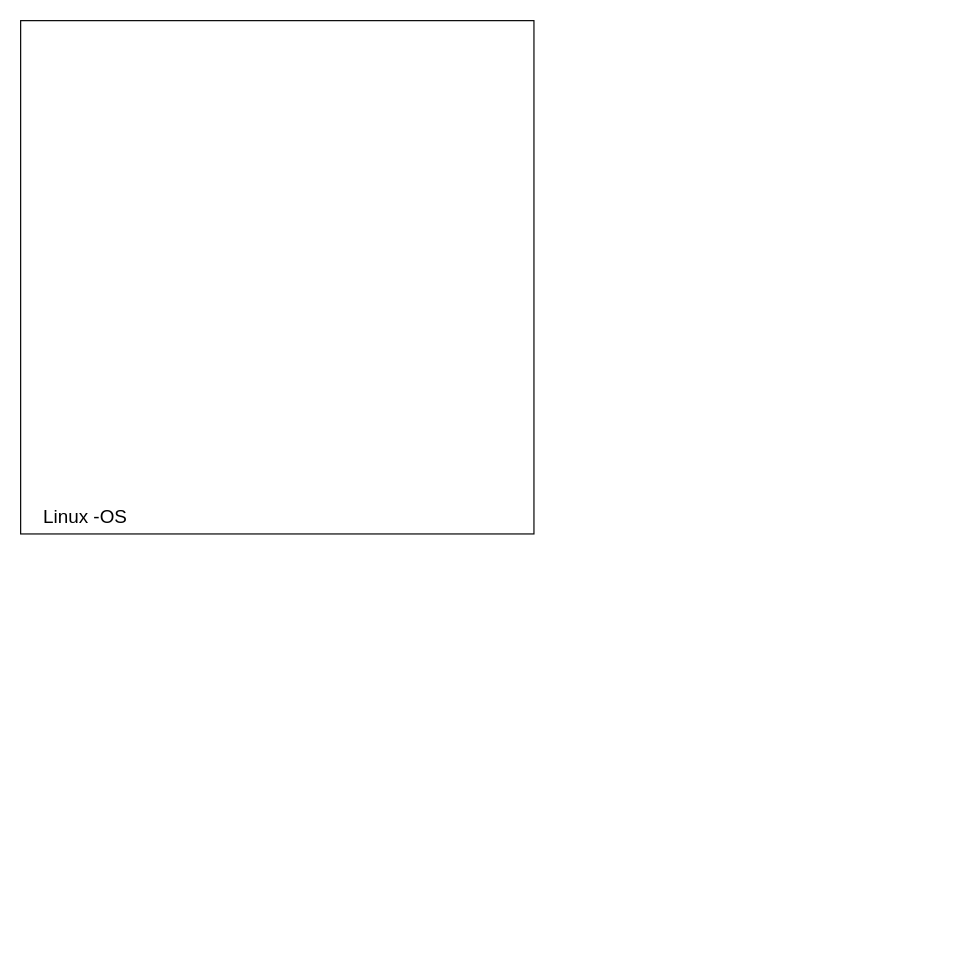
The draw.io diagram docs/diagrams.drawio in JuilletMikael/Labs, before the edit. Source tidied: cells renumbered, new cells numbered last; positions are measured from the earlier drawing's top-left corner, leaving out a move shared by most shapes. Both pictures are drawn from the tidied source at 118%, with x=0, y=0 at pixel (20, 20).
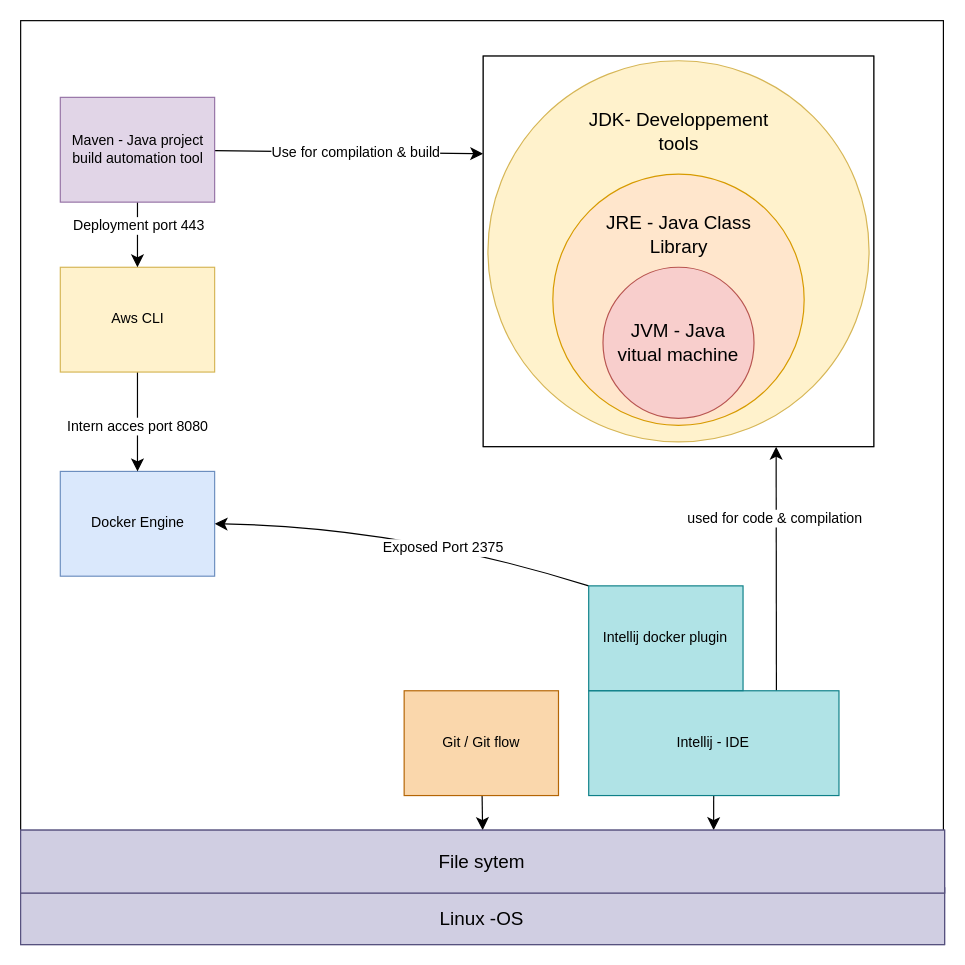
The same page after the edit.

Diff of the diagram source:
```diff
@@
     <mxCell id="2" style="whiteSpace=wrap;html=1;" parent="1" vertex="1">
-      <mxGeometry width="435" height="435" as="geometry" />
+      <mxGeometry width="782" height="782" as="geometry" />
     </mxCell>
+    <mxCell id="4" style="edgeStyle=none;curved=1;rounded=0;jettySize=auto;html=1;entryX=0.75;entryY=0;entryDx=0;entryDy=0;fontSize=12;startSize=8;endSize=8;" parent="1" edge="1" source="7" target="26">
+      <mxGeometry relative="1" as="geometry" />
+    </mxCell>
+    <mxCell id="5" style="edgeStyle=none;curved=1;rounded=0;jettySize=auto;html=1;exitX=0.75;exitY=0;exitDx=0;exitDy=0;entryX=0.75;entryY=1;entryDx=0;entryDy=0;fontSize=12;startSize=8;endSize=8;" parent="1" edge="1" source="7" target="29">
+      <mxGeometry relative="1" as="geometry" />
+    </mxCell>
+    <mxCell id="6" value="used for code &amp;amp; compilation" style="edgeLabel;html=1;align=center;verticalAlign=middle;fontSize=12;" parent="5" vertex="1">
+      <mxGeometry x="0.41" y="2" relative="1" as="geometry" />
+    </mxCell>
+    <mxCell id="7" value="Intellij - IDE" style="rounded=0;whiteSpace=wrap;html=1;fillColor=#b0e3e6;strokeColor=#0e8088;" parent="1" vertex="1">
+      <mxGeometry x="481.4" y="567.9" width="212.1" height="88.8" as="geometry" />
+    </mxCell>
+    <mxCell id="8" style="edgeStyle=none;curved=1;rounded=0;jettySize=auto;html=1;exitX=0;exitY=0;exitDx=0;exitDy=0;entryX=1;entryY=0.5;entryDx=0;entryDy=0;fontSize=12;startSize=8;endSize=8;" parent="1" edge="1" source="10" target="11">
+      <mxGeometry relative="1" as="geometry">
+        <Array as="points">
+          <mxPoint x="322" y="429" />
+        </Array>
+      </mxGeometry>
+    </mxCell>
+    <mxCell id="9" value="Exposed Port&amp;nbsp;2375" style="edgeLabel;html=1;align=center;verticalAlign=middle;fontSize=12;" parent="8" vertex="1">
+      <mxGeometry x="-0.21" y="6" relative="1" as="geometry" />
+    </mxCell>
+    <mxCell id="10" value="Intellij docker plugin" style="rounded=0;whiteSpace=wrap;html=1;fillColor=#b0e3e6;strokeColor=#0e8088;" parent="1" vertex="1">
+      <mxGeometry x="481.4" y="479" width="130.8" height="88.8" as="geometry" />
+    </mxCell>
+    <mxCell id="11" value="Docker Engine" style="rounded=0;whiteSpace=wrap;html=1;fillColor=#dae8fc;strokeColor=#6c8ebf;" parent="1" vertex="1">
+      <mxGeometry x="33.6" y="382" width="130.8" height="88.8" as="geometry" />
+    </mxCell>
+    <mxCell id="12" style="edgeStyle=none;curved=1;rounded=0;jettySize=auto;html=1;entryX=0.5;entryY=0;entryDx=0;entryDy=0;fontSize=12;startSize=8;endSize=8;" parent="1" edge="1" source="14" target="11">
+      <mxGeometry relative="1" as="geometry" />
+    </mxCell>
+    <mxCell id="13" value="Intern acces port 8080" style="edgeLabel;html=1;align=center;verticalAlign=middle;fontSize=12;" parent="12" vertex="1">
+      <mxGeometry x="0.1" y="-1" relative="1" as="geometry" />
+    </mxCell>
+    <mxCell id="14" value="Aws CLI" style="rounded=0;whiteSpace=wrap;html=1;fillColor=#fff2cc;strokeColor=#d6b656;" parent="1" vertex="1">
+      <mxGeometry x="33.6" y="209" width="130.8" height="88.8" as="geometry" />
+    </mxCell>
+    <mxCell id="15" style="edgeStyle=none;curved=1;rounded=0;jettySize=auto;html=1;entryX=0;entryY=0.25;entryDx=0;entryDy=0;fontSize=12;startSize=8;endSize=8;" parent="1" edge="1" source="19" target="29">
+      <mxGeometry relative="1" as="geometry" />
+    </mxCell>
+    <mxCell id="16" value="Use for compilation &amp;amp; build" style="edgeLabel;html=1;align=center;verticalAlign=middle;fontSize=12;" parent="15" vertex="1">
+      <mxGeometry x="0.05" relative="1" as="geometry" />
+    </mxCell>
+    <mxCell id="17" style="edgeStyle=none;curved=1;rounded=0;jettySize=auto;html=1;entryX=0.5;entryY=0;entryDx=0;entryDy=0;fontSize=12;startSize=8;endSize=8;" parent="1" edge="1" source="19" target="14">
+      <mxGeometry relative="1" as="geometry" />
+    </mxCell>
+    <mxCell id="18" value="Deployment port 443" style="edgeLabel;html=1;align=center;verticalAlign=middle;fontSize=12;" parent="17" vertex="1">
+      <mxGeometry x="0.1" relative="1" as="geometry">
+        <mxPoint y="-10" as="offset" />
+      </mxGeometry>
+    </mxCell>
+    <mxCell id="19" value="Maven -&amp;nbsp;Java project build automation tool" style="rounded=0;whiteSpace=wrap;html=1;fillColor=#e1d5e7;strokeColor=#9673a6;" parent="1" vertex="1">
+      <mxGeometry x="33.6" y="65" width="130.8" height="88.8" as="geometry" />
+    </mxCell>
+    <mxCell id="20" style="edgeStyle=none;curved=1;rounded=0;jettySize=auto;html=1;entryX=0.5;entryY=0;entryDx=0;entryDy=0;fontSize=12;startSize=8;endSize=8;" parent="1" edge="1" source="21" target="26">
+      <mxGeometry relative="1" as="geometry" />
+    </mxCell>
+    <mxCell id="21" value="Git / Git flow" style="rounded=0;whiteSpace=wrap;html=1;fillColor=#fad7ac;strokeColor=#b46504;" parent="1" vertex="1">
+      <mxGeometry x="325" y="567.9" width="130.8" height="88.8" as="geometry" />
+    </mxCell>
+    <mxCell id="22" style="group;fillColor=#d0cee2;strokeColor=#56517e;" parent="1" vertex="1">
+      <mxGeometry y="734.9" width="783" height="48.1" as="geometry" />
+    </mxCell>
+    <mxCell id="23" style="rounded=0;whiteSpace=wrap;html=1;fillColor=#d0cee2;strokeColor=#56517e;" parent="22" vertex="1">
+      <mxGeometry width="783" height="48.1" as="geometry" />
+    </mxCell>
-    <mxCell id="3" value="Linux -OS" style="text;html=1;align=center;verticalAlign=middle;whiteSpace=wrap;rounded=0;fontSize=16;" parent="1" vertex="1">
-      <mxGeometry y="405" width="110" height="30" as="geometry" />
+    <mxCell id="3" value="Linux -OS" style="text;html=1;align=center;verticalAlign=middle;whiteSpace=wrap;rounded=0;fontSize=16;" parent="22" vertex="1">
+      <mxGeometry x="293.8" y="3.7" width="194.4" height="44.4" as="geometry" />
     </mxCell>
+    <mxCell id="24" style="edgeStyle=none;curved=1;rounded=0;orthogonalLoop=1;jettySize=auto;html=1;exitX=0.5;exitY=0;exitDx=0;exitDy=0;fontSize=12;startSize=8;endSize=8;" parent="22" edge="1" source="3" target="3">
+      <mxGeometry relative="1" as="geometry" />
+    </mxCell>
+    <mxCell id="25" style="group;fillColor=#d0cee2;strokeColor=#56517e;" parent="1" vertex="1">
+      <mxGeometry y="686" width="783" height="53.3" as="geometry" />
+    </mxCell>
+    <mxCell id="26" style="rounded=0;whiteSpace=wrap;html=1;fillColor=#d0cee2;strokeColor=#56517e;" parent="25" vertex="1">
+      <mxGeometry width="783" height="53.3" as="geometry" />
+    </mxCell>
+    <mxCell id="27" value="File sytem" style="text;html=1;align=center;verticalAlign=middle;whiteSpace=wrap;rounded=0;fontSize=16;" parent="25" vertex="1">
+      <mxGeometry x="294.3" y="4.4" width="194.4" height="44.4" as="geometry" />
+    </mxCell>
+    <mxCell id="28" style="group;fillColor=#f5f5f5;fontColor=#333333;strokeColor=#666666;" parent="1" vertex="1">
+      <mxGeometry x="392" y="30" width="331" height="331" as="geometry" />
+    </mxCell>
+    <mxCell id="29" style="whiteSpace=wrap;html=1;" parent="28" vertex="1">
+      <mxGeometry width="331" height="331" as="geometry" />
+    </mxCell>
+    <mxCell id="30" style="ellipse;whiteSpace=wrap;html=1;fillColor=#fff2cc;strokeColor=#d6b656;" parent="28" vertex="1">
+      <mxGeometry x="4" y="4" width="323" height="323" as="geometry" />
+    </mxCell>
+    <mxCell id="31" style="ellipse;whiteSpace=wrap;html=1;fillColor=#ffe6cc;strokeColor=#d79b00;" parent="28" vertex="1">
+      <mxGeometry x="59" y="100" width="213" height="213" as="geometry" />
+    </mxCell>
+    <mxCell id="32" style="ellipse;whiteSpace=wrap;html=1;fillColor=#f8cecc;strokeColor=#b85450;" parent="28" vertex="1">
+      <mxGeometry x="101.5" y="179" width="128" height="128" as="geometry" />
+    </mxCell>
+    <mxCell id="33" value="JDK- Developpement tools" style="text;html=1;align=center;verticalAlign=middle;whiteSpace=wrap;rounded=0;fontSize=16;" parent="28" vertex="1">
+      <mxGeometry x="82.5" y="46" width="166" height="36" as="geometry" />
+    </mxCell>
+    <mxCell id="34" value="JRE - Java Class Library" style="text;html=1;align=center;verticalAlign=middle;whiteSpace=wrap;rounded=0;fontSize=16;" parent="28" vertex="1">
+      <mxGeometry x="82.5" y="133" width="166" height="36" as="geometry" />
+    </mxCell>
+    <mxCell id="35" value="JVM - Java vitual machine" style="text;html=1;align=center;verticalAlign=middle;whiteSpace=wrap;rounded=0;fontSize=16;" parent="28" vertex="1">
+      <mxGeometry x="112" y="225" width="107" height="36" as="geometry" />
+    </mxCell>
```
